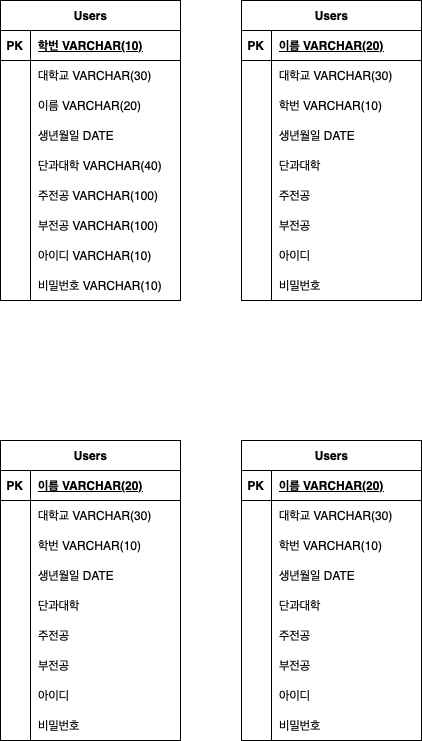
Above: 전체 DB.drawio.png in korea29/2024-01-CSC4004-03-Summer (draw.io), before the change. Source tidied: cells renumbered, new cells last; positions are measured from the earlier drawing's top-left corner, leaving out a move shared by most shapes.
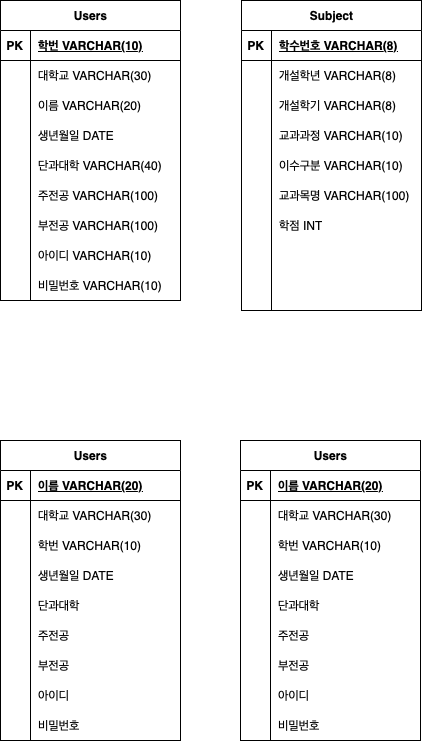
After the change.

Commit message:
전체 DB.drawio.png 업데이트

The edit, as a diff of the source:
```diff
@@ -86,8 +86,8 @@
     <mxCell id="29" value="비밀번호 VARCHAR(10)" style="shape=partialRectangle;fillColor=none;top=0;left=0;bottom=0;right=0;align=left;spacingLeft=6;overflow=hidden;whiteSpace=wrap;html=1;" parent="27" vertex="1">
       <mxGeometry x="30" width="150" height="30" as="geometry" />
     </mxCell>
-    <mxCell id="30" value="Users" style="shape=table;startSize=30;rowLines=0;fontStyle=1;align=center;html=1;" parent="1" vertex="1">
-      <mxGeometry x="241" width="180" height="300" as="geometry" />
+    <mxCell id="30" value="Subject" style="shape=table;startSize=30;rowLines=0;fontStyle=1;align=center;html=1;" parent="1" vertex="1">
+      <mxGeometry x="241" width="180" height="310" as="geometry" />
     </mxCell>
     <mxCell id="31" style="shape=tableRow;horizontal=0;startSize=0;swimlaneHead=0;swimlaneBody=0;fillColor=none;top=0;left=0;right=0;bottom=1;" parent="30" vertex="1">
       <mxGeometry y="30" width="180" height="30" as="geometry" />
@@ -95,7 +95,7 @@
     <mxCell id="32" value="PK" style="shape=partialRectangle;fillColor=none;top=0;left=0;bottom=0;right=0;fontStyle=1;overflow=hidden;whiteSpace=wrap;html=1;" parent="31" vertex="1">
       <mxGeometry width="30" height="30" as="geometry" />
     </mxCell>
-    <mxCell id="33" value="이름 VARCHAR(20)" style="shape=partialRectangle;fillColor=none;top=0;left=0;bottom=0;right=0;align=left;spacingLeft=6;fontStyle=5;overflow=hidden;whiteSpace=wrap;html=1;" parent="31" vertex="1">
+    <mxCell id="33" value="학수번호 VARCHAR(8)" style="shape=partialRectangle;fillColor=none;top=0;left=0;bottom=0;right=0;align=left;spacingLeft=6;fontStyle=5;overflow=hidden;whiteSpace=wrap;html=1;" parent="31" vertex="1">
       <mxGeometry x="30" width="150" height="30" as="geometry" />
     </mxCell>
     <mxCell id="34" style="shape=tableRow;horizontal=0;startSize=0;swimlaneHead=0;swimlaneBody=0;fillColor=none;top=0;left=0;right=0;bottom=0;" parent="30" vertex="1">
@@ -104,7 +104,7 @@
     <mxCell id="35" style="shape=partialRectangle;fillColor=none;top=0;left=0;bottom=0;right=0;overflow=hidden;whiteSpace=wrap;html=1;" parent="34" vertex="1">
       <mxGeometry width="30" height="30" as="geometry" />
     </mxCell>
-    <mxCell id="36" value="대학교 VARCHAR(30)" style="shape=partialRectangle;fillColor=none;top=0;left=0;bottom=0;right=0;align=left;spacingLeft=6;overflow=hidden;whiteSpace=wrap;html=1;" parent="34" vertex="1">
+    <mxCell id="36" value="개설학년 VARCHAR(8)" style="shape=partialRectangle;fillColor=none;top=0;left=0;bottom=0;right=0;align=left;spacingLeft=6;overflow=hidden;whiteSpace=wrap;html=1;" parent="34" vertex="1">
       <mxGeometry x="30" width="150" height="30" as="geometry" />
     </mxCell>
     <mxCell id="37" style="shape=tableRow;horizontal=0;startSize=0;swimlaneHead=0;swimlaneBody=0;fillColor=none;top=0;left=0;right=0;bottom=0;" parent="30" vertex="1">
@@ -113,7 +113,7 @@
     <mxCell id="38" style="shape=partialRectangle;fillColor=none;top=0;left=0;bottom=0;right=0;overflow=hidden;whiteSpace=wrap;html=1;" parent="37" vertex="1">
       <mxGeometry width="30" height="30" as="geometry" />
     </mxCell>
-    <mxCell id="39" value="학번 VARCHAR(10)" style="shape=partialRectangle;fillColor=none;top=0;left=0;bottom=0;right=0;align=left;spacingLeft=6;overflow=hidden;whiteSpace=wrap;html=1;" parent="37" vertex="1">
+    <mxCell id="39" value="개설학기 VARCHAR(8)" style="shape=partialRectangle;fillColor=none;top=0;left=0;bottom=0;right=0;align=left;spacingLeft=6;overflow=hidden;whiteSpace=wrap;html=1;" parent="37" vertex="1">
       <mxGeometry x="30" width="150" height="30" as="geometry" />
     </mxCell>
     <mxCell id="40" style="shape=tableRow;horizontal=0;startSize=0;swimlaneHead=0;swimlaneBody=0;fillColor=none;top=0;left=0;right=0;bottom=0;" parent="30" vertex="1">
@@ -122,7 +122,7 @@
     <mxCell id="41" style="shape=partialRectangle;fillColor=none;top=0;left=0;bottom=0;right=0;overflow=hidden;whiteSpace=wrap;html=1;" parent="40" vertex="1">
       <mxGeometry width="30" height="30" as="geometry" />
     </mxCell>
-    <mxCell id="42" value="생년월일 DATE" style="shape=partialRectangle;fillColor=none;top=0;left=0;bottom=0;right=0;align=left;spacingLeft=6;overflow=hidden;whiteSpace=wrap;html=1;" parent="40" vertex="1">
+    <mxCell id="42" value="교과과정 VARCHAR(10)" style="shape=partialRectangle;fillColor=none;top=0;left=0;bottom=0;right=0;align=left;spacingLeft=6;overflow=hidden;whiteSpace=wrap;html=1;" parent="40" vertex="1">
       <mxGeometry x="30" width="150" height="30" as="geometry" />
     </mxCell>
     <mxCell id="43" style="shape=tableRow;horizontal=0;startSize=0;swimlaneHead=0;swimlaneBody=0;fillColor=none;top=0;left=0;right=0;bottom=0;" parent="30" vertex="1">
@@ -131,7 +131,7 @@
     <mxCell id="44" style="shape=partialRectangle;fillColor=none;top=0;left=0;bottom=0;right=0;overflow=hidden;whiteSpace=wrap;html=1;" parent="43" vertex="1">
       <mxGeometry width="30" height="30" as="geometry" />
     </mxCell>
-    <mxCell id="45" value="단과대학&amp;nbsp;" style="shape=partialRectangle;fillColor=none;top=0;left=0;bottom=0;right=0;align=left;spacingLeft=6;overflow=hidden;whiteSpace=wrap;html=1;" parent="43" vertex="1">
+    <mxCell id="45" value="이수구분 VARCHAR(10)" style="shape=partialRectangle;fillColor=none;top=0;left=0;bottom=0;right=0;align=left;spacingLeft=6;overflow=hidden;whiteSpace=wrap;html=1;" parent="43" vertex="1">
       <mxGeometry x="30" width="150" height="30" as="geometry" />
     </mxCell>
     <mxCell id="46" style="shape=tableRow;horizontal=0;startSize=0;swimlaneHead=0;swimlaneBody=0;fillColor=none;top=0;left=0;right=0;bottom=0;" parent="30" vertex="1">
@@ -140,7 +140,7 @@
     <mxCell id="47" style="shape=partialRectangle;fillColor=none;top=0;left=0;bottom=0;right=0;overflow=hidden;whiteSpace=wrap;html=1;" parent="46" vertex="1">
       <mxGeometry width="30" height="30" as="geometry" />
     </mxCell>
-    <mxCell id="48" value="주전공" style="shape=partialRectangle;fillColor=none;top=0;left=0;bottom=0;right=0;align=left;spacingLeft=6;overflow=hidden;whiteSpace=wrap;html=1;" parent="46" vertex="1">
+    <mxCell id="48" value="교과목명 VARCHAR(100)" style="shape=partialRectangle;fillColor=none;top=0;left=0;bottom=0;right=0;align=left;spacingLeft=6;overflow=hidden;whiteSpace=wrap;html=1;" parent="46" vertex="1">
       <mxGeometry x="30" width="150" height="30" as="geometry" />
     </mxCell>
     <mxCell id="49" style="shape=tableRow;horizontal=0;startSize=0;swimlaneHead=0;swimlaneBody=0;fillColor=none;top=0;left=0;right=0;bottom=0;" parent="30" vertex="1">
@@ -149,7 +149,7 @@
     <mxCell id="50" style="shape=partialRectangle;fillColor=none;top=0;left=0;bottom=0;right=0;overflow=hidden;whiteSpace=wrap;html=1;" parent="49" vertex="1">
       <mxGeometry width="30" height="30" as="geometry" />
     </mxCell>
-    <mxCell id="51" value="부전공" style="shape=partialRectangle;fillColor=none;top=0;left=0;bottom=0;right=0;align=left;spacingLeft=6;overflow=hidden;whiteSpace=wrap;html=1;" parent="49" vertex="1">
+    <mxCell id="51" value="학점 INT" style="shape=partialRectangle;fillColor=none;top=0;left=0;bottom=0;right=0;align=left;spacingLeft=6;overflow=hidden;whiteSpace=wrap;html=1;" parent="49" vertex="1">
       <mxGeometry x="30" width="150" height="30" as="geometry" />
     </mxCell>
     <mxCell id="52" style="shape=tableRow;horizontal=0;startSize=0;swimlaneHead=0;swimlaneBody=0;fillColor=none;top=0;left=0;right=0;bottom=0;" parent="30" vertex="1">
@@ -158,17 +158,17 @@
     <mxCell id="53" style="shape=partialRectangle;fillColor=none;top=0;left=0;bottom=0;right=0;overflow=hidden;whiteSpace=wrap;html=1;" parent="52" vertex="1">
       <mxGeometry width="30" height="30" as="geometry" />
     </mxCell>
-    <mxCell id="54" value="아이디" style="shape=partialRectangle;fillColor=none;top=0;left=0;bottom=0;right=0;align=left;spacingLeft=6;overflow=hidden;whiteSpace=wrap;html=1;" parent="52" vertex="1">
+    <mxCell id="54" style="shape=partialRectangle;fillColor=none;top=0;left=0;bottom=0;right=0;align=left;spacingLeft=6;overflow=hidden;whiteSpace=wrap;html=1;" parent="52" vertex="1">
       <mxGeometry x="30" width="150" height="30" as="geometry" />
     </mxCell>
     <mxCell id="55" style="shape=tableRow;horizontal=0;startSize=0;swimlaneHead=0;swimlaneBody=0;fillColor=none;top=0;left=0;right=0;bottom=0;" parent="30" vertex="1">
-      <mxGeometry y="270" width="180" height="30" as="geometry" />
+      <mxGeometry y="270" width="180" height="40" as="geometry" />
     </mxCell>
     <mxCell id="56" style="shape=partialRectangle;fillColor=none;top=0;left=0;bottom=0;right=0;overflow=hidden;whiteSpace=wrap;html=1;" parent="55" vertex="1">
-      <mxGeometry width="30" height="30" as="geometry" />
+      <mxGeometry width="30" height="40" as="geometry" />
     </mxCell>
-    <mxCell id="57" value="비밀번호" style="shape=partialRectangle;fillColor=none;top=0;left=0;bottom=0;right=0;align=left;spacingLeft=6;overflow=hidden;whiteSpace=wrap;html=1;" parent="55" vertex="1">
-      <mxGeometry x="30" width="150" height="30" as="geometry" />
+    <mxCell id="57" style="shape=partialRectangle;fillColor=none;top=0;left=0;bottom=0;right=0;align=left;spacingLeft=6;overflow=hidden;whiteSpace=wrap;html=1;" parent="55" vertex="1">
+      <mxGeometry x="30" width="150" height="40" as="geometry" />
     </mxCell>
     <mxCell id="58" value="Users" style="shape=table;startSize=30;rowLines=0;fontStyle=1;align=center;html=1;" parent="1" vertex="1">
       <mxGeometry y="440" width="180" height="300" as="geometry" />
@@ -255,7 +255,7 @@
       <mxGeometry x="30" width="150" height="30" as="geometry" />
     </mxCell>
     <mxCell id="86" value="Users" style="shape=table;startSize=30;rowLines=0;fontStyle=1;align=center;html=1;" parent="1" vertex="1">
-      <mxGeometry x="241" y="440" width="180" height="300" as="geometry" />
+      <mxGeometry x="240" y="440" width="180" height="300" as="geometry" />
     </mxCell>
     <mxCell id="87" style="shape=tableRow;horizontal=0;startSize=0;swimlaneHead=0;swimlaneBody=0;fillColor=none;top=0;left=0;right=0;bottom=1;" parent="86" vertex="1">
       <mxGeometry y="30" width="180" height="30" as="geometry" />
```
